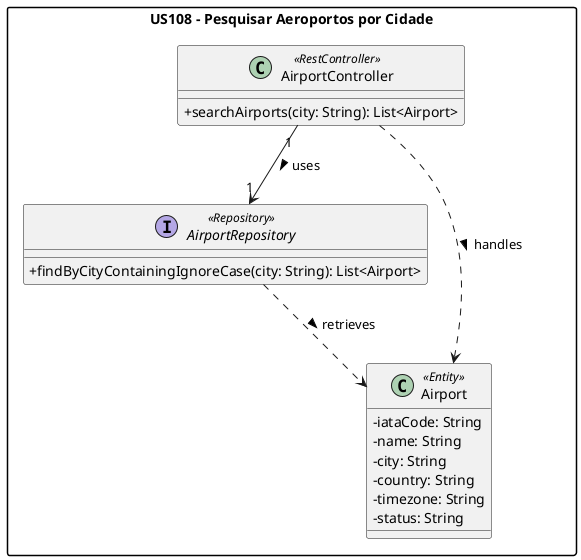
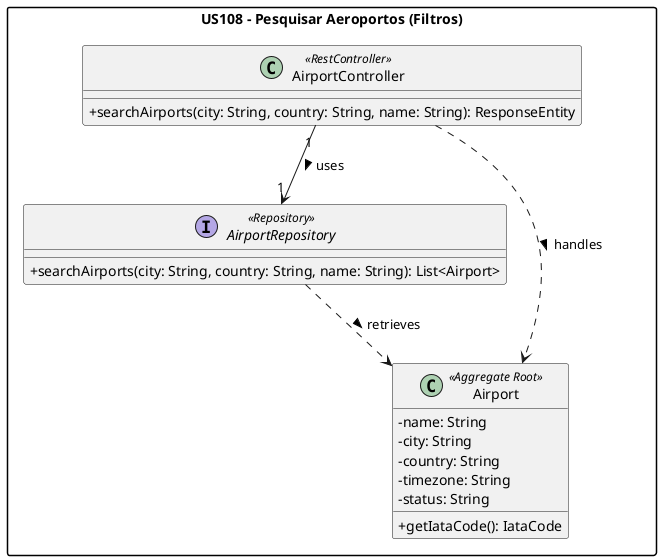
@startuml
skinparam classAttributeIconSize 0
skinparam packageStyle rectangle

- package "US108 - Pesquisar Aeroportos por Cidade" {
+ package "US108 - Pesquisar Aeroportos (Filtros)" {

    class AirportController <<RestController>> {
-       + searchAirports(city: String): List<Airport>
+       + searchAirports(city: String, country: String, name: String): ResponseEntity
    }

    interface AirportRepository <<Repository>> {
-       + findByCityContainingIgnoreCase(city: String): List<Airport>
+       + searchAirports(city: String, country: String, name: String): List<Airport>
    }

-     class Airport <<Entity>> {
-       - iataCode: String
+     class Airport <<Aggregate Root>> {
      - name: String
      - city: String
      - country: String
      - timezone: String
      - status: String
+       + getIataCode(): IataCode
    }

    AirportController "1" --> "1" AirportRepository : uses >
    AirportController ..> Airport : handles >
    AirportRepository ..> Airport : retrieves >
}
@enduml